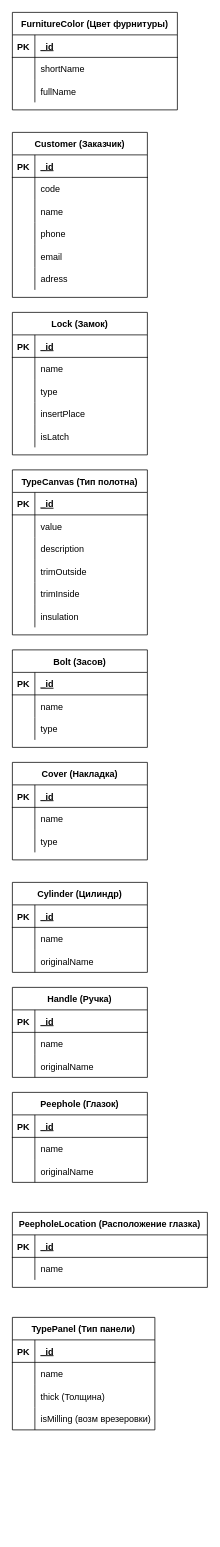
The draw.io diagram schema.drawio in ProSysYo/bunker, before the edit. Source tidied: cells renumbered, new cells numbered last; positions are measured from the earlier drawing's top-left corner, leaving out a move shared by most shapes. Both pictures are drawn from the tidied source at 75%, with x=0, y=0 at pixel (12, 12).
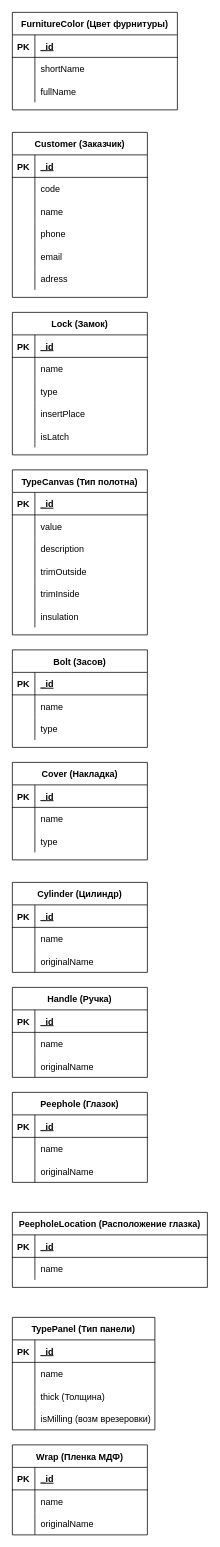
The same page after the edit.

Change to the diagram source:
```diff
@@
+    <mxCell id="136" value="Wrap (Пленка МДФ)" style="shape=table;startSize=30;childLayout=tableLayout;rowLines=0;fontStyle=1;align=center;" parent="1" vertex="1">
+      <mxGeometry y="1910" width="180" height="120" as="geometry" />
+    </mxCell>
+    <mxCell id="137" style="shape=partialRectangle;fillColor=none;top=0;left=0;bottom=1;right=0;" parent="136" vertex="1">
+      <mxGeometry y="30" width="180" height="30" as="geometry" />
+    </mxCell>
+    <mxCell id="138" value="PK" style="shape=partialRectangle;fillColor=none;top=0;left=0;bottom=0;right=0;fontStyle=1;overflow=hidden;" parent="137" vertex="1">
+      <mxGeometry width="30" height="30" as="geometry" />
+    </mxCell>
+    <mxCell id="139" value="_id" style="shape=partialRectangle;fillColor=none;top=0;left=0;bottom=0;right=0;align=left;spacingLeft=6;fontStyle=5;overflow=hidden;" parent="137" vertex="1">
+      <mxGeometry x="30" width="150" height="30" as="geometry" />
+    </mxCell>
+    <mxCell id="140" style="shape=partialRectangle;fillColor=none;top=0;left=0;bottom=0;right=0;" parent="136" vertex="1">
+      <mxGeometry y="60" width="180" height="30" as="geometry" />
+    </mxCell>
+    <mxCell id="141" style="shape=partialRectangle;fillColor=none;top=0;left=0;bottom=0;right=0;overflow=hidden;" parent="140" vertex="1">
+      <mxGeometry width="30" height="30" as="geometry" />
+    </mxCell>
+    <mxCell id="142" value="name" style="shape=partialRectangle;fillColor=none;top=0;left=0;bottom=0;right=0;align=left;spacingLeft=6;overflow=hidden;" parent="140" vertex="1">
+      <mxGeometry x="30" width="150" height="30" as="geometry" />
+    </mxCell>
+    <mxCell id="143" style="shape=partialRectangle;fillColor=none;top=0;left=0;bottom=0;right=0;" parent="136" vertex="1">
+      <mxGeometry y="90" width="180" height="30" as="geometry" />
+    </mxCell>
+    <mxCell id="144" style="shape=partialRectangle;fillColor=none;top=0;left=0;bottom=0;right=0;overflow=hidden;" parent="143" vertex="1">
+      <mxGeometry width="30" height="30" as="geometry" />
+    </mxCell>
+    <mxCell id="145" value="originalName" style="shape=partialRectangle;fillColor=none;top=0;left=0;bottom=0;right=0;align=left;spacingLeft=6;overflow=hidden;" parent="143" vertex="1">
+      <mxGeometry x="30" width="150" height="30" as="geometry" />
+    </mxCell>
```
